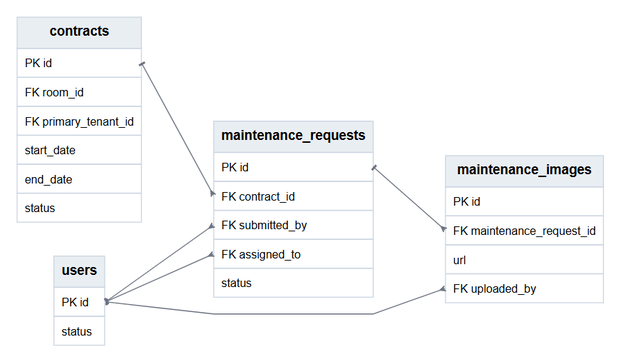
The Graphviz diagram docs/diagrams/erd-su-co.png in hieunofun/quanlytro, before a commit. Its source is kept beside it as docs/diagrams/erd-su-co.dot.
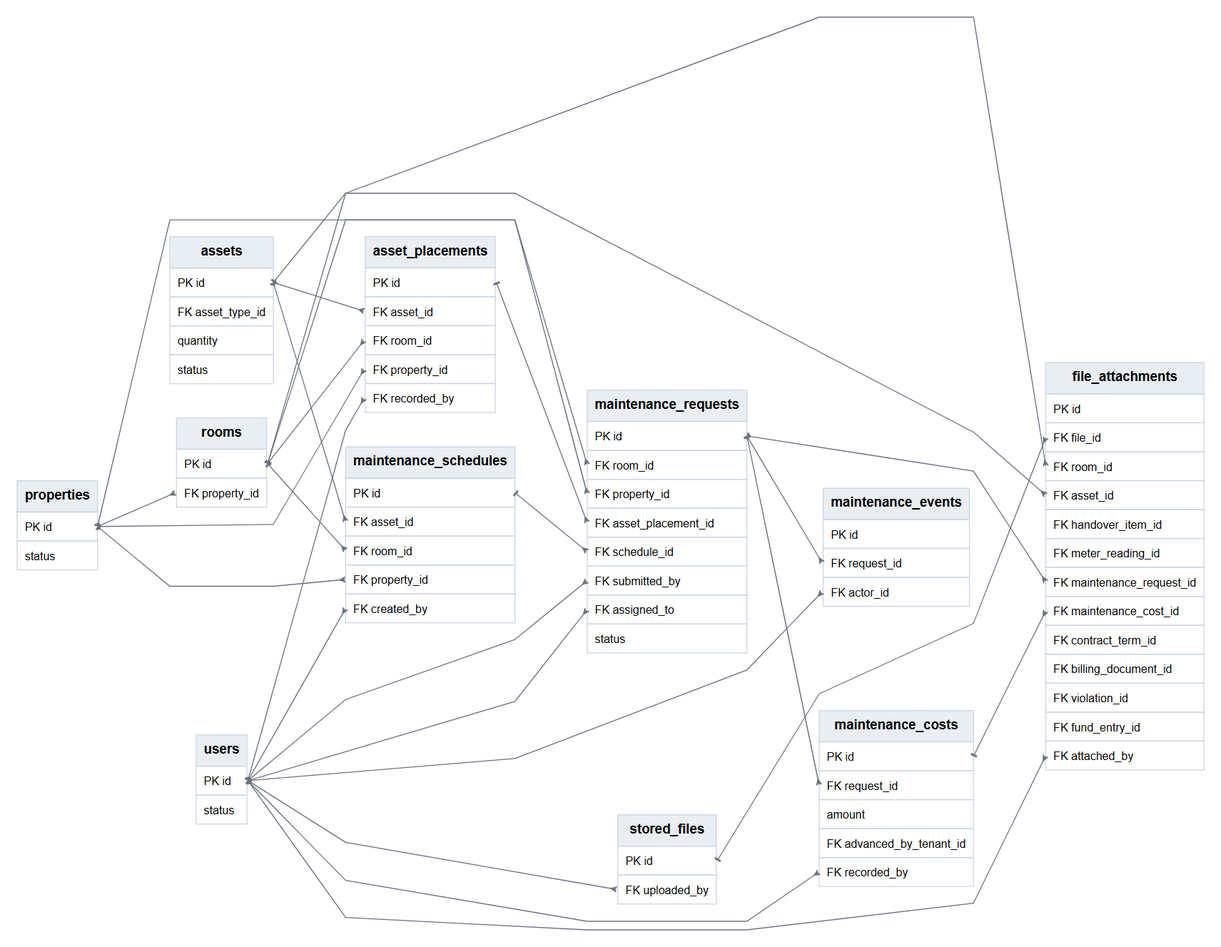
Above is the later version.

The edit, as a diff of the source:
```diff
@@ -3,12 +3,40 @@
 node [shape=plain, fontname="Arial"];
 edge [fontname="Arial", fontsize=10, color="#6B7280", arrowsize=0.6];
 users [label=<<TABLE BORDER="0" CELLBORDER="1" CELLSPACING="0" CELLPADDING="7" COLOR="#CBD5E1"><TR><TD BGCOLOR="#E9EEF3"><B>users</B></TD></TR><TR><TD PORT="id" ALIGN="LEFT"><FONT POINT-SIZE="12">PK id</FONT></TD></TR><TR><TD PORT="status" ALIGN="LEFT"><FONT POINT-SIZE="12">status</FONT></TD></TR></TABLE>>];
-contracts [label=<<TABLE BORDER="0" CELLBORDER="1" CELLSPACING="0" CELLPADDING="7" COLOR="#CBD5E1"><TR><TD BGCOLOR="#E9EEF3"><B>contracts</B></TD></TR><TR><TD PORT="id" ALIGN="LEFT"><FONT POINT-SIZE="12">PK id</FONT></TD></TR><TR><TD PORT="room_id" ALIGN="LEFT"><FONT POINT-SIZE="12">FK room_id</FONT></TD></TR><TR><TD PORT="primary_tenant_id" ALIGN="LEFT"><FONT POINT-SIZE="12">FK primary_tenant_id</FONT></TD></TR><TR><TD PORT="start_date" ALIGN="LEFT"><FONT POINT-SIZE="12">start_date</FONT></TD></TR><TR><TD PORT="end_date" ALIGN="LEFT"><FONT POINT-SIZE="12">end_date</FONT></TD></TR><TR><TD PORT="status" ALIGN="LEFT"><FONT POINT-SIZE="12">status</FONT></TD></TR></TABLE>>];
-maintenance_requests [label=<<TABLE BORDER="0" CELLBORDER="1" CELLSPACING="0" CELLPADDING="7" COLOR="#CBD5E1"><TR><TD BGCOLOR="#E9EEF3"><B>maintenance_requests</B></TD></TR><TR><TD PORT="id" ALIGN="LEFT"><FONT POINT-SIZE="12">PK id</FONT></TD></TR><TR><TD PORT="contract_id" ALIGN="LEFT"><FONT POINT-SIZE="12">FK contract_id</FONT></TD></TR><TR><TD PORT="submitted_by" ALIGN="LEFT"><FONT POINT-SIZE="12">FK submitted_by</FONT></TD></TR><TR><TD PORT="assigned_to" ALIGN="LEFT"><FONT POINT-SIZE="12">FK assigned_to</FONT></TD></TR><TR><TD PORT="status" ALIGN="LEFT"><FONT POINT-SIZE="12">status</FONT></TD></TR></TABLE>>];
-maintenance_images [label=<<TABLE BORDER="0" CELLBORDER="1" CELLSPACING="0" CELLPADDING="7" COLOR="#CBD5E1"><TR><TD BGCOLOR="#E9EEF3"><B>maintenance_images</B></TD></TR><TR><TD PORT="id" ALIGN="LEFT"><FONT POINT-SIZE="12">PK id</FONT></TD></TR><TR><TD PORT="maintenance_request_id" ALIGN="LEFT"><FONT POINT-SIZE="12">FK maintenance_request_id</FONT></TD></TR><TR><TD PORT="url" ALIGN="LEFT"><FONT POINT-SIZE="12">url</FONT></TD></TR><TR><TD PORT="uploaded_by" ALIGN="LEFT"><FONT POINT-SIZE="12">FK uploaded_by</FONT></TD></TR></TABLE>>];
-maintenance_requests:id -> maintenance_images:maintenance_request_id [dir=both, arrowtail=tee, arrowhead=crow];
-users:id -> maintenance_images:uploaded_by [dir=both, arrowtail=tee, arrowhead=crow];
+properties [label=<<TABLE BORDER="0" CELLBORDER="1" CELLSPACING="0" CELLPADDING="7" COLOR="#CBD5E1"><TR><TD BGCOLOR="#E9EEF3"><B>properties</B></TD></TR><TR><TD PORT="id" ALIGN="LEFT"><FONT POINT-SIZE="12">PK id</FONT></TD></TR><TR><TD PORT="status" ALIGN="LEFT"><FONT POINT-SIZE="12">status</FONT></TD></TR></TABLE>>];
+rooms [label=<<TABLE BORDER="0" CELLBORDER="1" CELLSPACING="0" CELLPADDING="7" COLOR="#CBD5E1"><TR><TD BGCOLOR="#E9EEF3"><B>rooms</B></TD></TR><TR><TD PORT="id" ALIGN="LEFT"><FONT POINT-SIZE="12">PK id</FONT></TD></TR><TR><TD PORT="property_id" ALIGN="LEFT"><FONT POINT-SIZE="12">FK property_id</FONT></TD></TR></TABLE>>];
+assets [label=<<TABLE BORDER="0" CELLBORDER="1" CELLSPACING="0" CELLPADDING="7" COLOR="#CBD5E1"><TR><TD BGCOLOR="#E9EEF3"><B>assets</B></TD></TR><TR><TD PORT="id" ALIGN="LEFT"><FONT POINT-SIZE="12">PK id</FONT></TD></TR><TR><TD PORT="asset_type_id" ALIGN="LEFT"><FONT POINT-SIZE="12">FK asset_type_id</FONT></TD></TR><TR><TD PORT="quantity" ALIGN="LEFT"><FONT POINT-SIZE="12">quantity</FONT></TD></TR><TR><TD PORT="status" ALIGN="LEFT"><FONT POINT-SIZE="12">status</FONT></TD></TR></TABLE>>];
+asset_placements [label=<<TABLE BORDER="0" CELLBORDER="1" CELLSPACING="0" CELLPADDING="7" COLOR="#CBD5E1"><TR><TD BGCOLOR="#E9EEF3"><B>asset_placements</B></TD></TR><TR><TD PORT="id" ALIGN="LEFT"><FONT POINT-SIZE="12">PK id</FONT></TD></TR><TR><TD PORT="asset_id" ALIGN="LEFT"><FONT POINT-SIZE="12">FK asset_id</FONT></TD></TR><TR><TD PORT="room_id" ALIGN="LEFT"><FONT POINT-SIZE="12">FK room_id</FONT></TD></TR><TR><TD PORT="property_id" ALIGN="LEFT"><FONT POINT-SIZE="12">FK property_id</FONT></TD></TR><TR><TD PORT="recorded_by" ALIGN="LEFT"><FONT POINT-SIZE="12">FK recorded_by</FONT></TD></TR></TABLE>>];
+maintenance_requests [label=<<TABLE BORDER="0" CELLBORDER="1" CELLSPACING="0" CELLPADDING="7" COLOR="#CBD5E1"><TR><TD BGCOLOR="#E9EEF3"><B>maintenance_requests</B></TD></TR><TR><TD PORT="id" ALIGN="LEFT"><FONT POINT-SIZE="12">PK id</FONT></TD></TR><TR><TD PORT="room_id" ALIGN="LEFT"><FONT POINT-SIZE="12">FK room_id</FONT></TD></TR><TR><TD PORT="property_id" ALIGN="LEFT"><FONT POINT-SIZE="12">FK property_id</FONT></TD></TR><TR><TD PORT="asset_placement_id" ALIGN="LEFT"><FONT POINT-SIZE="12">FK asset_placement_id</FONT></TD></TR><TR><TD PORT="schedule_id" ALIGN="LEFT"><FONT POINT-SIZE="12">FK schedule_id</FONT></TD></TR><TR><TD PORT="submitted_by" ALIGN="LEFT"><FONT POINT-SIZE="12">FK submitted_by</FONT></TD></TR><TR><TD PORT="assigned_to" ALIGN="LEFT"><FONT POINT-SIZE="12">FK assigned_to</FONT></TD></TR><TR><TD PORT="status" ALIGN="LEFT"><FONT POINT-SIZE="12">status</FONT></TD></TR></TABLE>>];
+maintenance_events [label=<<TABLE BORDER="0" CELLBORDER="1" CELLSPACING="0" CELLPADDING="7" COLOR="#CBD5E1"><TR><TD BGCOLOR="#E9EEF3"><B>maintenance_events</B></TD></TR><TR><TD PORT="id" ALIGN="LEFT"><FONT POINT-SIZE="12">PK id</FONT></TD></TR><TR><TD PORT="request_id" ALIGN="LEFT"><FONT POINT-SIZE="12">FK request_id</FONT></TD></TR><TR><TD PORT="actor_id" ALIGN="LEFT"><FONT POINT-SIZE="12">FK actor_id</FONT></TD></TR></TABLE>>];
+maintenance_costs [label=<<TABLE BORDER="0" CELLBORDER="1" CELLSPACING="0" CELLPADDING="7" COLOR="#CBD5E1"><TR><TD BGCOLOR="#E9EEF3"><B>maintenance_costs</B></TD></TR><TR><TD PORT="id" ALIGN="LEFT"><FONT POINT-SIZE="12">PK id</FONT></TD></TR><TR><TD PORT="request_id" ALIGN="LEFT"><FONT POINT-SIZE="12">FK request_id</FONT></TD></TR><TR><TD PORT="amount" ALIGN="LEFT"><FONT POINT-SIZE="12">amount</FONT></TD></TR><TR><TD PORT="advanced_by_tenant_id" ALIGN="LEFT"><FONT POINT-SIZE="12">FK advanced_by_tenant_id</FONT></TD></TR><TR><TD PORT="recorded_by" ALIGN="LEFT"><FONT POINT-SIZE="12">FK recorded_by</FONT></TD></TR></TABLE>>];
+maintenance_schedules [label=<<TABLE BORDER="0" CELLBORDER="1" CELLSPACING="0" CELLPADDING="7" COLOR="#CBD5E1"><TR><TD BGCOLOR="#E9EEF3"><B>maintenance_schedules</B></TD></TR><TR><TD PORT="id" ALIGN="LEFT"><FONT POINT-SIZE="12">PK id</FONT></TD></TR><TR><TD PORT="asset_id" ALIGN="LEFT"><FONT POINT-SIZE="12">FK asset_id</FONT></TD></TR><TR><TD PORT="room_id" ALIGN="LEFT"><FONT POINT-SIZE="12">FK room_id</FONT></TD></TR><TR><TD PORT="property_id" ALIGN="LEFT"><FONT POINT-SIZE="12">FK property_id</FONT></TD></TR><TR><TD PORT="created_by" ALIGN="LEFT"><FONT POINT-SIZE="12">FK created_by</FONT></TD></TR></TABLE>>];
+stored_files [label=<<TABLE BORDER="0" CELLBORDER="1" CELLSPACING="0" CELLPADDING="7" COLOR="#CBD5E1"><TR><TD BGCOLOR="#E9EEF3"><B>stored_files</B></TD></TR><TR><TD PORT="id" ALIGN="LEFT"><FONT POINT-SIZE="12">PK id</FONT></TD></TR><TR><TD PORT="uploaded_by" ALIGN="LEFT"><FONT POINT-SIZE="12">FK uploaded_by</FONT></TD></TR></TABLE>>];
+file_attachments [label=<<TABLE BORDER="0" CELLBORDER="1" CELLSPACING="0" CELLPADDING="7" COLOR="#CBD5E1"><TR><TD BGCOLOR="#E9EEF3"><B>file_attachments</B></TD></TR><TR><TD PORT="id" ALIGN="LEFT"><FONT POINT-SIZE="12">PK id</FONT></TD></TR><TR><TD PORT="file_id" ALIGN="LEFT"><FONT POINT-SIZE="12">FK file_id</FONT></TD></TR><TR><TD PORT="room_id" ALIGN="LEFT"><FONT POINT-SIZE="12">FK room_id</FONT></TD></TR><TR><TD PORT="asset_id" ALIGN="LEFT"><FONT POINT-SIZE="12">FK asset_id</FONT></TD></TR><TR><TD PORT="handover_item_id" ALIGN="LEFT"><FONT POINT-SIZE="12">FK handover_item_id</FONT></TD></TR><TR><TD PORT="meter_reading_id" ALIGN="LEFT"><FONT POINT-SIZE="12">FK meter_reading_id</FONT></TD></TR><TR><TD PORT="maintenance_request_id" ALIGN="LEFT"><FONT POINT-SIZE="12">FK maintenance_request_id</FONT></TD></TR><TR><TD PORT="maintenance_cost_id" ALIGN="LEFT"><FONT POINT-SIZE="12">FK maintenance_cost_id</FONT></TD></TR><TR><TD PORT="contract_term_id" ALIGN="LEFT"><FONT POINT-SIZE="12">FK contract_term_id</FONT></TD></TR><TR><TD PORT="billing_document_id" ALIGN="LEFT"><FONT POINT-SIZE="12">FK billing_document_id</FONT></TD></TR><TR><TD PORT="violation_id" ALIGN="LEFT"><FONT POINT-SIZE="12">FK violation_id</FONT></TD></TR><TR><TD PORT="fund_entry_id" ALIGN="LEFT"><FONT POINT-SIZE="12">FK fund_entry_id</FONT></TD></TR><TR><TD PORT="attached_by" ALIGN="LEFT"><FONT POINT-SIZE="12">FK attached_by</FONT></TD></TR></TABLE>>];
+assets:id -> asset_placements:asset_id [dir=both, arrowtail=tee, arrowhead=crow];
+properties:id -> asset_placements:property_id [dir=both, arrowtail=tee, arrowhead=crow];
+users:id -> asset_placements:recorded_by [dir=both, arrowtail=tee, arrowhead=crow];
+rooms:id -> asset_placements:room_id [dir=both, arrowtail=tee, arrowhead=crow];
+assets:id -> file_attachments:asset_id [dir=both, arrowtail=tee, arrowhead=crow];
+users:id -> file_attachments:attached_by [dir=both, arrowtail=tee, arrowhead=crow];
+stored_files:id -> file_attachments:file_id [dir=both, arrowtail=tee, arrowhead=crow];
+maintenance_costs:id -> file_attachments:maintenance_cost_id [dir=both, arrowtail=tee, arrowhead=crow];
+maintenance_requests:id -> file_attachments:maintenance_request_id [dir=both, arrowtail=tee, arrowhead=crow];
+rooms:id -> file_attachments:room_id [dir=both, arrowtail=tee, arrowhead=crow];
+users:id -> maintenance_costs:recorded_by [dir=both, arrowtail=tee, arrowhead=crow];
+maintenance_requests:id -> maintenance_costs:request_id [dir=both, arrowtail=tee, arrowhead=crow];
+users:id -> maintenance_events:actor_id [dir=both, arrowtail=tee, arrowhead=crow];
+maintenance_requests:id -> maintenance_events:request_id [dir=both, arrowtail=tee, arrowhead=crow];
+asset_placements:id -> maintenance_requests:asset_placement_id [dir=both, arrowtail=tee, arrowhead=crow];
 users:id -> maintenance_requests:assigned_to [dir=both, arrowtail=tee, arrowhead=crow];
-contracts:id -> maintenance_requests:contract_id [dir=both, arrowtail=tee, arrowhead=crow];
+properties:id -> maintenance_requests:property_id [dir=both, arrowtail=tee, arrowhead=crow];
+rooms:id -> maintenance_requests:room_id [dir=both, arrowtail=tee, arrowhead=crow];
+maintenance_schedules:id -> maintenance_requests:schedule_id [dir=both, arrowtail=tee, arrowhead=crow];
 users:id -> maintenance_requests:submitted_by [dir=both, arrowtail=tee, arrowhead=crow];
+assets:id -> maintenance_schedules:asset_id [dir=both, arrowtail=tee, arrowhead=crow];
+users:id -> maintenance_schedules:created_by [dir=both, arrowtail=tee, arrowhead=crow];
+properties:id -> maintenance_schedules:property_id [dir=both, arrowtail=tee, arrowhead=crow];
+rooms:id -> maintenance_schedules:room_id [dir=both, arrowtail=tee, arrowhead=crow];
+properties:id -> rooms:property_id [dir=both, arrowtail=tee, arrowhead=crow];
+users:id -> stored_files:uploaded_by [dir=both, arrowtail=tee, arrowhead=crow];
 }
```
